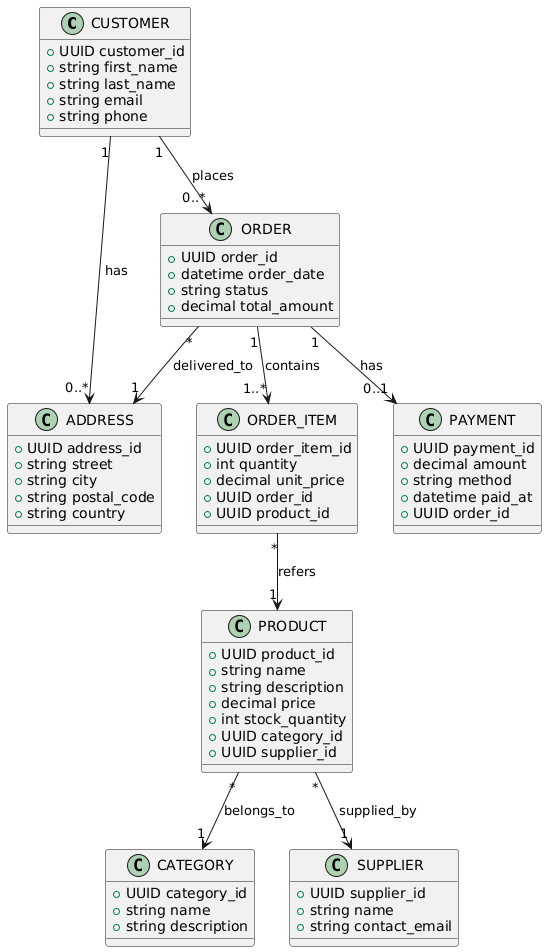
zolotonos/KPI-CompEng2-Labs keeps this PlantUML diagram as Lab1/Puml.png. Above is the earlier version. Source of this version:
```plantuml
@startuml

class CUSTOMER {
  +UUID customer_id
  +string first_name
  +string last_name
  +string email
  +string phone
}

class ADDRESS {
  +UUID address_id
  +string street
  +string city
  +string postal_code
  +string country
}

class ORDER {
  +UUID order_id
  +datetime order_date
  +string status
  +decimal total_amount
}

class PRODUCT {
  +UUID product_id
  +string name
  +string description
  +decimal price
  +int stock_quantity
  +UUID category_id
  +UUID supplier_id
}

class CATEGORY {
  +UUID category_id
  +string name
  +string description
}

class SUPPLIER {
  +UUID supplier_id
  +string name
  +string contact_email
}

class ORDER_ITEM {
  +UUID order_item_id
  +int quantity
  +decimal unit_price
  +UUID order_id
  +UUID product_id
}

class PAYMENT {
  +UUID payment_id
  +decimal amount
  +string method
  +datetime paid_at
  +UUID order_id
}


CUSTOMER "1" --> "0..*" ORDER : places
ORDER "1" --> "1..*" ORDER_ITEM : contains
ORDER_ITEM "*" --> "1" PRODUCT : refers
PRODUCT "*" --> "1" CATEGORY : belongs_to
PRODUCT "*" --> "1" SUPPLIER : supplied_by
ORDER "1" --> "0..1" PAYMENT : has
CUSTOMER "1" --> "0..*" ADDRESS : has
ORDER "*" --> "1" ADDRESS : delivered_to
@enduml
```
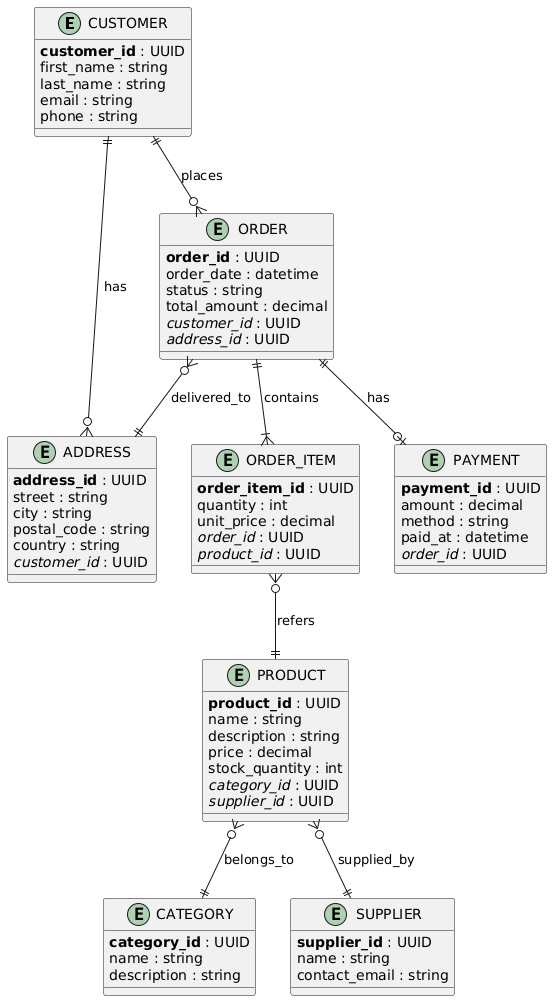
After the commit.

Change to the diagram source:
```diff
@@ -1,73 +1,77 @@
 @startuml
+!define PK(x) <b>x</b>
+!define FK(x) <i>x</i>
 
-class CUSTOMER {
-  +UUID customer_id
-  +string first_name
-  +string last_name
-  +string email
-  +string phone
+entity CUSTOMER {
+    PK(customer_id) : UUID
+    first_name : string
+    last_name : string
+    email : string
+    phone : string
 }
 
-class ADDRESS {
-  +UUID address_id
-  +string street
-  +string city
-  +string postal_code
-  +string country
+entity ADDRESS {
+    PK(address_id) : UUID
+    street : string
+    city : string
+    postal_code : string
+    country : string
+    FK(customer_id) : UUID
 }
 
-class ORDER {
-  +UUID order_id
-  +datetime order_date
-  +string status
-  +decimal total_amount
+entity "ORDER" {
+    PK(order_id) : UUID
+    order_date : datetime
+    status : string
+    total_amount : decimal
+    FK(customer_id) : UUID
+    FK(address_id) : UUID
 }
 
-class PRODUCT {
-  +UUID product_id
-  +string name
-  +string description
-  +decimal price
-  +int stock_quantity
-  +UUID category_id
-  +UUID supplier_id
+entity PRODUCT {
+    PK(product_id) : UUID
+    name : string
+    description : string
+    price : decimal
+    stock_quantity : int
+    FK(category_id) : UUID
+    FK(supplier_id) : UUID
 }
 
-class CATEGORY {
-  +UUID category_id
-  +string name
-  +string description
+entity CATEGORY {
+    PK(category_id) : UUID
+    name : string
+    description : string
 }
 
-class SUPPLIER {
-  +UUID supplier_id
-  +string name
-  +string contact_email
+entity SUPPLIER {
+    PK(supplier_id) : UUID
+    name : string
+    contact_email : string
 }
 
-class ORDER_ITEM {
-  +UUID order_item_id
-  +int quantity
-  +decimal unit_price
-  +UUID order_id
-  +UUID product_id
+entity ORDER_ITEM {
+    PK(order_item_id) : UUID
+    quantity : int
+    unit_price : decimal
+    FK(order_id) : UUID
+    FK(product_id) : UUID
 }
 
-class PAYMENT {
-  +UUID payment_id
-  +decimal amount
-  +string method
-  +datetime paid_at
-  +UUID order_id
+entity PAYMENT {
+    PK(payment_id) : UUID
+    amount : decimal
+    method : string
+    paid_at : datetime
+    FK(order_id) : UUID
 }
 
-
-CUSTOMER "1" --> "0..*" ORDER : places
-ORDER "1" --> "1..*" ORDER_ITEM : contains
-ORDER_ITEM "*" --> "1" PRODUCT : refers
-PRODUCT "*" --> "1" CATEGORY : belongs_to
-PRODUCT "*" --> "1" SUPPLIER : supplied_by
-ORDER "1" --> "0..1" PAYMENT : has
-CUSTOMER "1" --> "0..*" ADDRESS : has
-ORDER "*" --> "1" ADDRESS : delivered_to
+CUSTOMER ||--o{ ORDER : "places"
+CUSTOMER ||--o{ ADDRESS : "has"
+ORDER ||--|{ ORDER_ITEM : "contains"
+ORDER_ITEM }o--|| PRODUCT : "refers"
+PRODUCT }o--|| CATEGORY : "belongs_to"
+PRODUCT }o--|| SUPPLIER : "supplied_by"
+ORDER ||--o| PAYMENT : "has"
+ORDER }o--|| ADDRESS : "delivered_to"
 @enduml
```
